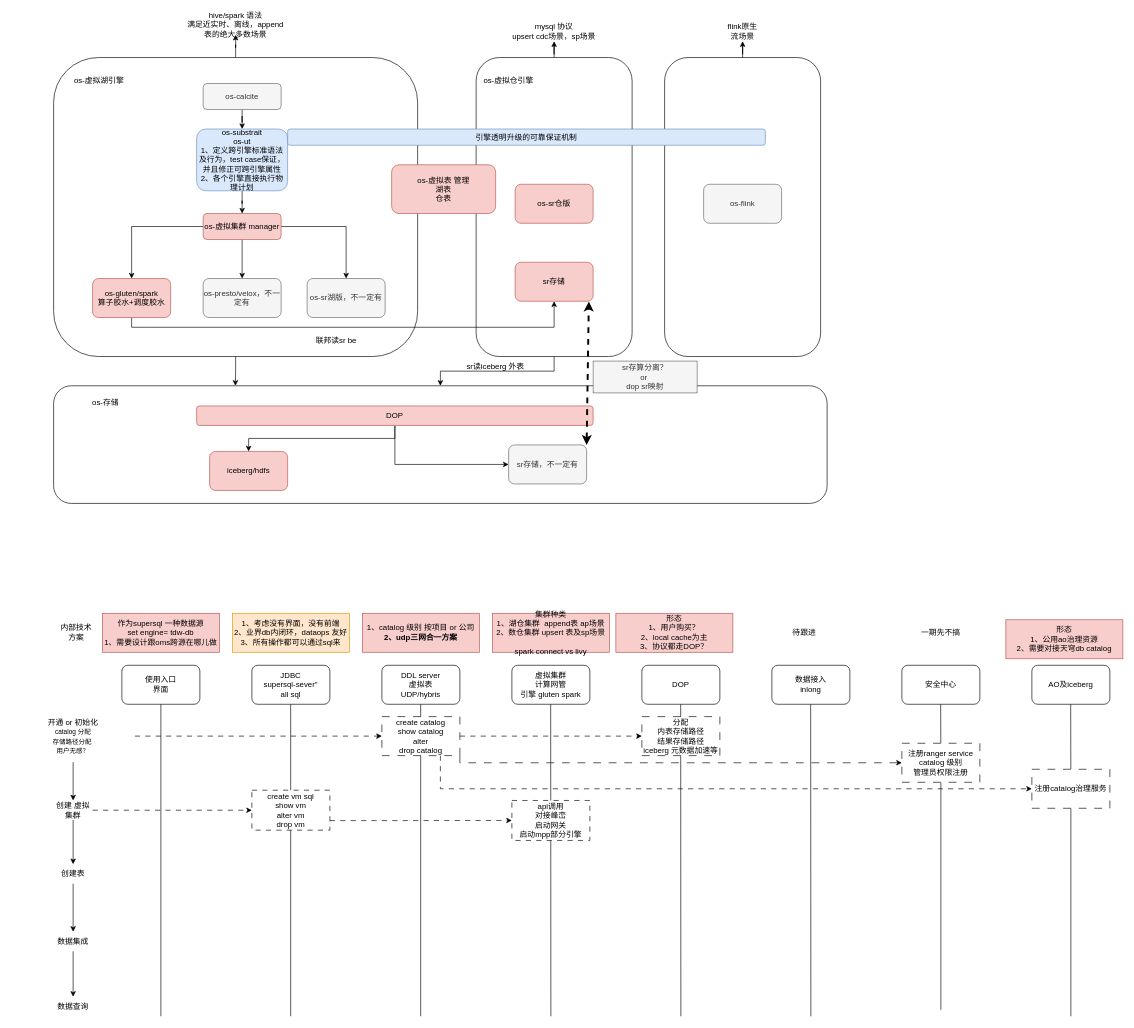
The draw.io diagram os虚拟引擎.drawio in yuhuali1989/ui, before the edit. Source tidied: cells renumbered, new cells numbered last; positions are measured from the earlier drawing's top-left corner, leaving out a move shared by most shapes. Both pictures are drawn from the tidied source at 65%, with x=0, y=0 at pixel (11, 15).
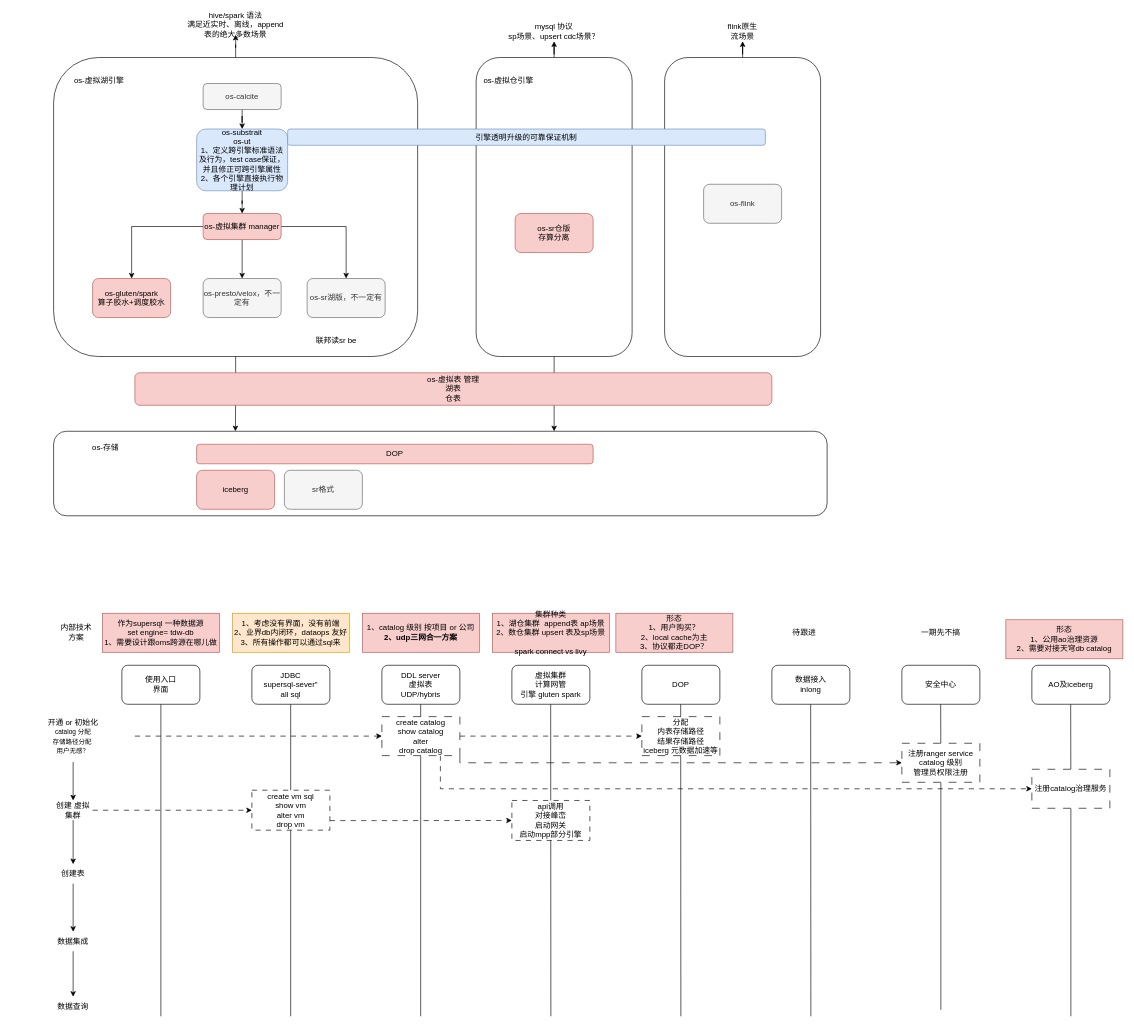
The same diagram, later.

Unchanged cells that the change refers to:
```xml
<mxCell id="4" style="rounded=1;whiteSpace=wrap;html=1;" parent="1" vertex="1">
  <mxGeometry x="715" y="65" width="240" height="460" as="geometry" />
</mxCell>
<mxCell id="16" value="os-gluten/spark&lt;br&gt;算子胶水+调度胶水" style="rounded=1;whiteSpace=wrap;html=1;fillColor=#f8cecc;strokeColor=#b85450;" parent="1" vertex="1">
  <mxGeometry x="125" y="405" width="120" height="60" as="geometry" />
</mxCell>
```

Diff of the diagram source:
```diff
@@
     <mxCell id="2" style="rounded=1;whiteSpace=wrap;html=1;" parent="1" vertex="1">
-      <mxGeometry x="65" y="570" width="1190" height="181" as="geometry" />
+      <mxGeometry x="65" y="640" width="1190" height="130" as="geometry" />
     </mxCell>
-    <mxCell id="3" style="edgeStyle=orthogonalEdgeStyle;rounded=0;jettySize=auto;html=1;entryX=0.5;entryY=0;entryDx=0;entryDy=0;" parent="1" edge="1" source="4" target="2">
-      <mxGeometry relative="1" as="geometry" />
+    <mxCell id="3" style="edgeStyle=orthogonalEdgeStyle;rounded=0;jettySize=auto;html=1;" parent="1" edge="1" source="4" target="2">
+      <mxGeometry relative="1" as="geometry">
+        <Array as="points">
+          <mxPoint x="835" y="610" />
+          <mxPoint x="835" y="610" />
+        </Array>
+      </mxGeometry>
     </mxCell>
@@
-    <mxCell id="15" style="edgeStyle=orthogonalEdgeStyle;rounded=0;jettySize=auto;html=1;entryX=0.5;entryY=1;entryDx=0;entryDy=0;" parent="1" edge="1" source="16" target="87">
-      <mxGeometry relative="1" as="geometry">
-        <Array as="points">
-          <mxPoint x="185" y="480" />
-          <mxPoint x="835" y="480" />
-        </Array>
-      </mxGeometry>
-    </mxCell>
@@
     <mxCell id="21" value="os-虚拟表 管理&lt;br&gt;湖表&lt;br&gt;仓表" style="rounded=1;whiteSpace=wrap;html=1;fillColor=#f8cecc;strokeColor=#b85450;" parent="1" vertex="1">
-      <mxGeometry x="585" y="230" width="160" height="75" as="geometry" />
+      <mxGeometry x="190" y="550" width="980" height="50" as="geometry" />
     </mxCell>
@@
-    <mxCell id="24" value="mysql 协议&lt;br&gt;upsert cdc场景，sp场景" style="text;html=1;strokeColor=none;fillColor=none;align=center;verticalAlign=middle;whiteSpace=wrap;rounded=0;" parent="1" vertex="1">
+    <mxCell id="24" value="mysql 协议&lt;br&gt;sp场景、upsert cdc场景？" style="text;html=1;strokeColor=none;fillColor=none;align=center;verticalAlign=middle;whiteSpace=wrap;rounded=0;" parent="1" vertex="1">
       <mxGeometry x="755" y="10" width="160" height="30" as="geometry" />
     </mxCell>
@@
-    <mxCell id="28" value="os-sr仓版" style="rounded=1;whiteSpace=wrap;html=1;fillColor=#f8cecc;strokeColor=#b85450;" parent="1" vertex="1">
-      <mxGeometry x="775" y="260" width="120" height="60" as="geometry" />
+    <mxCell id="28" value="os-sr仓版&lt;br&gt;存算分离" style="rounded=1;whiteSpace=wrap;html=1;fillColor=#f8cecc;strokeColor=#b85450;" parent="1" vertex="1">
+      <mxGeometry x="775" y="305" width="120" height="60" as="geometry" />
     </mxCell>
@@
-    <mxCell id="81" style="edgeStyle=orthogonalEdgeStyle;rounded=0;jettySize=auto;html=1;" parent="1" edge="1" source="83" target="84">
-      <mxGeometry relative="1" as="geometry" />
-    </mxCell>
-    <mxCell id="82" style="edgeStyle=orthogonalEdgeStyle;rounded=0;jettySize=auto;html=1;entryX=0;entryY=0.5;entryDx=0;entryDy=0;" parent="1" edge="1" source="83" target="85">
-      <mxGeometry relative="1" as="geometry" />
-    </mxCell>
     <mxCell id="83" value="DOP" style="rounded=1;whiteSpace=wrap;html=1;fillColor=#f8cecc;strokeColor=#b85450;" parent="1" vertex="1">
-      <mxGeometry x="285" y="601" width="610" height="30" as="geometry" />
+      <mxGeometry x="285" y="660" width="610" height="30" as="geometry" />
     </mxCell>
-    <mxCell id="84" value="iceberg/hdfs" style="rounded=1;whiteSpace=wrap;html=1;fillColor=#f8cecc;strokeColor=#b85450;" parent="1" vertex="1">
-      <mxGeometry x="305" y="671" width="120" height="60" as="geometry" />
+    <mxCell id="84" value="iceberg" style="rounded=1;whiteSpace=wrap;html=1;fillColor=#f8cecc;strokeColor=#b85450;" parent="1" vertex="1">
+      <mxGeometry x="285" y="700" width="120" height="60" as="geometry" />
     </mxCell>
-    <mxCell id="85" value="sr存储，不一定有" style="rounded=1;whiteSpace=wrap;html=1;fillColor=#f5f5f5;fontColor=#333333;strokeColor=#666666;" parent="1" vertex="1">
-      <mxGeometry x="765" y="661" width="120" height="60" as="geometry" />
+    <mxCell id="85" value="sr格式" style="rounded=1;whiteSpace=wrap;html=1;fillColor=#f5f5f5;fontColor=#333333;strokeColor=#666666;" parent="1" vertex="1">
+      <mxGeometry x="420" y="700" width="120" height="60" as="geometry" />
     </mxCell>
     <mxCell id="86" value="os-存储" style="text;html=1;strokeColor=none;fillColor=none;align=center;verticalAlign=middle;whiteSpace=wrap;rounded=0;" parent="1" vertex="1">
-      <mxGeometry x="105" y="581" width="80" height="30" as="geometry" />
+      <mxGeometry x="105" y="651" width="80" height="30" as="geometry" />
     </mxCell>
-    <mxCell id="87" value="sr存储" style="rounded=1;whiteSpace=wrap;html=1;fillColor=#f8cecc;strokeColor=#b85450;" parent="1" vertex="1">
-      <mxGeometry x="775" y="380" width="120" height="60" as="geometry" />
-    </mxCell>
-    <mxCell id="88" value="sr读iceberg 外表" style="text;html=1;strokeColor=none;fillColor=none;align=center;verticalAlign=middle;whiteSpace=wrap;rounded=0;" parent="1" vertex="1">
-      <mxGeometry x="695" y="525" width="100" height="30" as="geometry" />
-    </mxCell>
-    <mxCell id="89" style="endArrow=classic;startArrow=classic;html=1;rounded=0;entryX=0.945;entryY=1.007;entryDx=0;entryDy=0;exitX=1;exitY=0;exitDx=0;exitDy=0;entryPerimeter=0;dashed=1;strokeWidth=3;" parent="1" edge="1" source="85" target="87">
-      <mxGeometry relative="1" as="geometry" />
-    </mxCell>
-    <mxCell id="90" value="sr存算分离？&lt;br&gt;or&amp;nbsp;&lt;br&gt;dop sr映射" style="text;html=1;strokeColor=#666666;fillColor=#f5f5f5;align=center;verticalAlign=middle;whiteSpace=wrap;rounded=0;fontColor=#333333;" parent="1" vertex="1">
-      <mxGeometry x="895" y="532" width="160" height="49" as="geometry" />
-    </mxCell>
```
